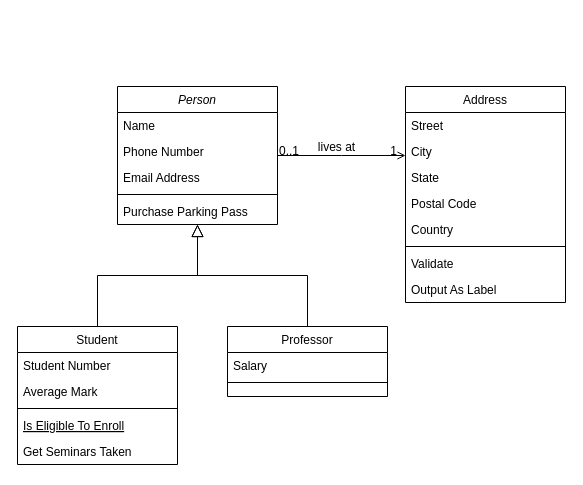
The draw.io diagram database/Untitled Diagram.drawio in tomassorrentino1/Proyecto-Turismo, before the edit. Source tidied: cells renumbered, new cells numbered last; positions are measured from the earlier drawing's top-left corner, leaving out a move shared by most shapes. Both pictures are drawn from the tidied source at 100%, with x=0, y=0 at pixel (17, 86).
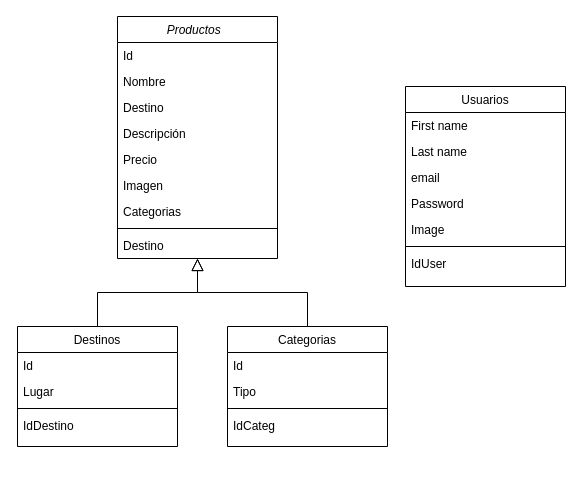
The same page after the edit.

The edit, as a diff of the source:
```diff
@@
-    <mxCell id="2" value="Person" style="swimlane;fontStyle=2;align=center;verticalAlign=top;horizontal=1;startSize=26;rounded=0;shadow=0;strokeWidth=1;" parent="1" vertex="1">
-      <mxGeometry x="100" width="160" height="138" as="geometry" />
+    <mxCell id="2" value="Productos  " style="swimlane;fontStyle=2;align=center;verticalAlign=top;horizontal=1;startSize=26;rounded=0;shadow=0;strokeWidth=1;" parent="1" vertex="1">
+      <mxGeometry x="100" y="-70" width="160" height="242" as="geometry" />
     </mxCell>
-    <mxCell id="3" value="Name" style="text;align=left;verticalAlign=top;spacingLeft=4;spacingRight=4;overflow=hidden;" parent="2" vertex="1">
+    <mxCell id="3" value="Id  " style="text;align=left;verticalAlign=top;spacingLeft=4;spacingRight=4;overflow=hidden;" parent="2" vertex="1">
       <mxGeometry y="26" width="160" height="26" as="geometry" />
     </mxCell>
-    <mxCell id="4" value="Phone Number" style="text;align=left;verticalAlign=top;spacingLeft=4;spacingRight=4;overflow=hidden;rounded=0;shadow=0;html=0;" parent="2" vertex="1">
+    <mxCell id="4" value="Nombre" style="text;align=left;verticalAlign=top;spacingLeft=4;spacingRight=4;overflow=hidden;rounded=0;shadow=0;html=0;" parent="2" vertex="1">
       <mxGeometry y="52" width="160" height="26" as="geometry" />
     </mxCell>
-    <mxCell id="5" value="Email Address" style="text;align=left;verticalAlign=top;spacingLeft=4;spacingRight=4;overflow=hidden;rounded=0;shadow=0;html=0;" parent="2" vertex="1">
+    <mxCell id="5" value="Destino&#10;" style="text;align=left;verticalAlign=top;spacingLeft=4;spacingRight=4;overflow=hidden;rounded=0;shadow=0;html=0;" parent="2" vertex="1">
       <mxGeometry y="78" width="160" height="26" as="geometry" />
     </mxCell>
+    <mxCell id="7" value="Descripción    " style="text;align=left;verticalAlign=top;spacingLeft=4;spacingRight=4;overflow=hidden;" parent="2" vertex="1">
+      <mxGeometry y="104" width="160" height="26" as="geometry" />
+    </mxCell>
+    <mxCell id="32" value="Precio&#10;" style="text;align=left;verticalAlign=top;spacingLeft=4;spacingRight=4;overflow=hidden;rounded=0;shadow=0;html=0;" parent="2" vertex="1">
+      <mxGeometry y="130" width="160" height="26" as="geometry" />
+    </mxCell>
+    <mxCell id="33" value="Imagen" style="text;align=left;verticalAlign=top;spacingLeft=4;spacingRight=4;overflow=hidden;" parent="2" vertex="1">
+      <mxGeometry y="156" width="160" height="26" as="geometry" />
+    </mxCell>
+    <mxCell id="34" value="Categorias" style="text;align=left;verticalAlign=top;spacingLeft=4;spacingRight=4;overflow=hidden;" parent="2" vertex="1">
+      <mxGeometry y="182" width="160" height="26" as="geometry" />
+    </mxCell>
     <mxCell id="6" style="line;html=1;strokeWidth=1;align=left;verticalAlign=middle;spacingTop=-1;spacingLeft=3;spacingRight=3;labelPosition=right;" parent="2" vertex="1">
-      <mxGeometry y="104" width="160" height="8" as="geometry" />
+      <mxGeometry y="208" width="160" height="8" as="geometry" />
     </mxCell>
-    <mxCell id="7" value="Purchase Parking Pass" style="text;align=left;verticalAlign=top;spacingLeft=4;spacingRight=4;overflow=hidden;" parent="2" vertex="1">
-      <mxGeometry y="112" width="160" height="26" as="geometry" />
-    </mxCell>
+    <mxCell id="35" value="Destino&#10;" style="text;align=left;verticalAlign=top;spacingLeft=4;spacingRight=4;overflow=hidden;rounded=0;shadow=0;html=0;" parent="2" vertex="1">
+      <mxGeometry y="216" width="160" height="26" as="geometry" />
+    </mxCell>
-    <mxCell id="8" value="Student" style="swimlane;fontStyle=0;align=center;verticalAlign=top;horizontal=1;startSize=26;rounded=0;shadow=0;strokeWidth=1;" parent="1" vertex="1">
-      <mxGeometry y="240" width="160" height="138" as="geometry" />
+    <mxCell id="8" value="Destinos" style="swimlane;fontStyle=0;align=center;verticalAlign=top;horizontal=1;startSize=26;rounded=0;shadow=0;strokeWidth=1;" parent="1" vertex="1">
+      <mxGeometry y="240" width="160" height="120" as="geometry" />
     </mxCell>
-    <mxCell id="9" value="Student Number" style="text;align=left;verticalAlign=top;spacingLeft=4;spacingRight=4;overflow=hidden;" parent="8" vertex="1">
+    <mxCell id="9" value="Id    " style="text;align=left;verticalAlign=top;spacingLeft=4;spacingRight=4;overflow=hidden;" parent="8" vertex="1">
       <mxGeometry y="26" width="160" height="26" as="geometry" />
     </mxCell>
-    <mxCell id="10" value="Average Mark" style="text;align=left;verticalAlign=top;spacingLeft=4;spacingRight=4;overflow=hidden;rounded=0;shadow=0;html=0;" parent="8" vertex="1">
+    <mxCell id="10" value="Lugar" style="text;align=left;verticalAlign=top;spacingLeft=4;spacingRight=4;overflow=hidden;rounded=0;shadow=0;html=0;" parent="8" vertex="1">
       <mxGeometry y="52" width="160" height="26" as="geometry" />
     </mxCell>
@@
-    <mxCell id="12" value="Is Eligible To Enroll" style="text;align=left;verticalAlign=top;spacingLeft=4;spacingRight=4;overflow=hidden;fontStyle=4;" parent="8" vertex="1">
-      <mxGeometry y="86" width="160" height="26" as="geometry" />
-    </mxCell>
-    <mxCell id="13" value="Get Seminars Taken" style="text;align=left;verticalAlign=top;spacingLeft=4;spacingRight=4;overflow=hidden;" parent="8" vertex="1">
-      <mxGeometry y="112" width="160" height="26" as="geometry" />
+    <mxCell id="13" value="IdDestino" style="text;align=left;verticalAlign=top;spacingLeft=4;spacingRight=4;overflow=hidden;" parent="8" vertex="1">
+      <mxGeometry y="86" width="160" height="26" as="geometry" />
     </mxCell>
@@
-    <mxCell id="15" value="Professor" style="swimlane;fontStyle=0;align=center;verticalAlign=top;horizontal=1;startSize=26;rounded=0;shadow=0;strokeWidth=1;" parent="1" vertex="1">
-      <mxGeometry x="210" y="240" width="160" height="70" as="geometry" />
+    <mxCell id="15" value="Categorias" style="swimlane;fontStyle=0;align=center;verticalAlign=top;horizontal=1;startSize=26;rounded=0;shadow=0;strokeWidth=1;" parent="1" vertex="1">
+      <mxGeometry x="210" y="240" width="160" height="120" as="geometry" />
     </mxCell>
-    <mxCell id="16" value="Salary" style="text;align=left;verticalAlign=top;spacingLeft=4;spacingRight=4;overflow=hidden;" parent="15" vertex="1">
+    <mxCell id="16" value="Id" style="text;align=left;verticalAlign=top;spacingLeft=4;spacingRight=4;overflow=hidden;" parent="15" vertex="1">
       <mxGeometry y="26" width="160" height="26" as="geometry" />
     </mxCell>
+    <mxCell id="36" value="Tipo" style="text;align=left;verticalAlign=top;spacingLeft=4;spacingRight=4;overflow=hidden;" parent="15" vertex="1">
+      <mxGeometry y="52" width="160" height="26" as="geometry" />
+    </mxCell>
     <mxCell id="17" style="line;html=1;strokeWidth=1;align=left;verticalAlign=middle;spacingTop=-1;spacingLeft=3;spacingRight=3;labelPosition=right;" parent="15" vertex="1">
-      <mxGeometry y="52" width="160" height="8" as="geometry" />
+      <mxGeometry y="78" width="160" height="8" as="geometry" />
     </mxCell>
+    <mxCell id="37" value="IdCateg" style="text;align=left;verticalAlign=top;spacingLeft=4;spacingRight=4;overflow=hidden;" parent="15" vertex="1">
+      <mxGeometry y="86" width="160" height="26" as="geometry" />
+    </mxCell>
@@
-    <mxCell id="19" value="Address" style="swimlane;fontStyle=0;align=center;verticalAlign=top;horizontal=1;startSize=26;rounded=0;shadow=0;strokeWidth=1;" parent="1" vertex="1">
-      <mxGeometry x="388" width="160" height="216" as="geometry" />
+    <mxCell id="19" value="Usuarios" style="swimlane;fontStyle=0;align=center;verticalAlign=top;horizontal=1;startSize=26;rounded=0;shadow=0;strokeWidth=1;" parent="1" vertex="1">
+      <mxGeometry x="388" width="160" height="200" as="geometry" />
     </mxCell>
-    <mxCell id="20" value="Street" style="text;align=left;verticalAlign=top;spacingLeft=4;spacingRight=4;overflow=hidden;" parent="19" vertex="1">
+    <mxCell id="20" value="First name        " style="text;align=left;verticalAlign=top;spacingLeft=4;spacingRight=4;overflow=hidden;" parent="19" vertex="1">
       <mxGeometry y="26" width="160" height="26" as="geometry" />
     </mxCell>
-    <mxCell id="21" value="City" style="text;align=left;verticalAlign=top;spacingLeft=4;spacingRight=4;overflow=hidden;rounded=0;shadow=0;html=0;" parent="19" vertex="1">
+    <mxCell id="21" value="Last name" style="text;align=left;verticalAlign=top;spacingLeft=4;spacingRight=4;overflow=hidden;rounded=0;shadow=0;html=0;" parent="19" vertex="1">
       <mxGeometry y="52" width="160" height="26" as="geometry" />
     </mxCell>
-    <mxCell id="22" value="State" style="text;align=left;verticalAlign=top;spacingLeft=4;spacingRight=4;overflow=hidden;rounded=0;shadow=0;html=0;" parent="19" vertex="1">
+    <mxCell id="22" value="email" style="text;align=left;verticalAlign=top;spacingLeft=4;spacingRight=4;overflow=hidden;rounded=0;shadow=0;html=0;" parent="19" vertex="1">
       <mxGeometry y="78" width="160" height="26" as="geometry" />
     </mxCell>
-    <mxCell id="23" value="Postal Code" style="text;align=left;verticalAlign=top;spacingLeft=4;spacingRight=4;overflow=hidden;rounded=0;shadow=0;html=0;" parent="19" vertex="1">
+    <mxCell id="23" value="Password" style="text;align=left;verticalAlign=top;spacingLeft=4;spacingRight=4;overflow=hidden;rounded=0;shadow=0;html=0;" parent="19" vertex="1">
       <mxGeometry y="104" width="160" height="26" as="geometry" />
     </mxCell>
-    <mxCell id="24" value="Country" style="text;align=left;verticalAlign=top;spacingLeft=4;spacingRight=4;overflow=hidden;rounded=0;shadow=0;html=0;" parent="19" vertex="1">
+    <mxCell id="24" value="Image" style="text;align=left;verticalAlign=top;spacingLeft=4;spacingRight=4;overflow=hidden;rounded=0;shadow=0;html=0;" parent="19" vertex="1">
       <mxGeometry y="130" width="160" height="26" as="geometry" />
     </mxCell>
@@
-    <mxCell id="26" value="Validate" style="text;align=left;verticalAlign=top;spacingLeft=4;spacingRight=4;overflow=hidden;" parent="19" vertex="1">
+    <mxCell id="26" value="IdUser" style="text;align=left;verticalAlign=top;spacingLeft=4;spacingRight=4;overflow=hidden;" parent="19" vertex="1">
       <mxGeometry y="164" width="160" height="26" as="geometry" />
     </mxCell>
-    <mxCell id="27" value="Output As Label" style="text;align=left;verticalAlign=top;spacingLeft=4;spacingRight=4;overflow=hidden;" parent="19" vertex="1">
-      <mxGeometry y="190" width="160" height="26" as="geometry" />
-    </mxCell>
-    <mxCell id="28" style="endArrow=open;shadow=0;strokeWidth=1;rounded=0;endFill=1;edgeStyle=elbowEdgeStyle;elbow=vertical;" parent="1" edge="1" source="2" target="19">
-      <mxGeometry x="0.5" y="41" relative="1" as="geometry">
-        <mxPoint x="-40" y="32" as="offset" />
-      </mxGeometry>
-    </mxCell>
-    <mxCell id="29" value="0..1" style="align=left;verticalAlign=bottom;labelBackgroundColor=none;fontSize=12;" parent="28" vertex="1">
-      <mxGeometry x="-1" relative="1" as="geometry">
-        <mxPoint y="4" as="offset" />
-      </mxGeometry>
-    </mxCell>
-    <mxCell id="30" value="1" style="align=right;verticalAlign=bottom;labelBackgroundColor=none;fontSize=12;" parent="28" vertex="1">
-      <mxGeometry x="1" relative="1" as="geometry">
-        <mxPoint x="-7" y="4" as="offset" />
-      </mxGeometry>
-    </mxCell>
-    <mxCell id="31" value="lives at" style="text;html=1;align=center;verticalAlign=middle;labelBackgroundColor=none;rounded=0;shadow=0;strokeWidth=1;fontSize=12;" parent="28" vertex="1">
-      <mxGeometry x="0.5" y="49" relative="1" as="geometry">
-        <mxPoint x="-38" y="40" as="offset" />
-      </mxGeometry>
-    </mxCell>
```
